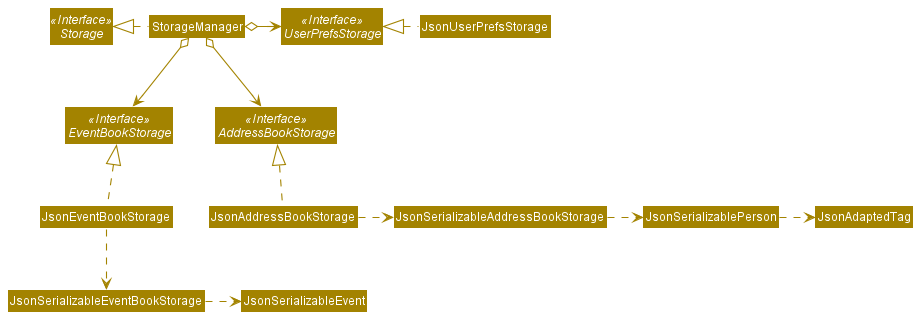
Earlier version of the PlantUML export docs/images/StorageClassDiagram.png (nus-cs2103-AY2021S2/tp). The source it was exported from:
```plantuml
@startuml
!include style.puml
skinparam arrowThickness 1.1
skinparam arrowColor STORAGE_COLOR
skinparam classBackgroundColor STORAGE_COLOR

Interface Storage <<Interface>>
Interface UserPrefsStorage <<Interface>>
Interface AddressBookStorage <<Interface>>
Interface EventBookStorage <<Interface>>

Class StorageManager
Class JsonUserPrefsStorage
Class JsonAddressBookStorage
Class JsonEventBookStorage

StorageManager .left.|> Storage
StorageManager o-right-> UserPrefsStorage
StorageManager o--> AddressBookStorage
StorageManager o--> EventBookStorage

JsonUserPrefsStorage .left.|> UserPrefsStorage
JsonAddressBookStorage .up.|> AddressBookStorage
JsonAddressBookStorage .right.> JsonSerializableAddressBookStorage
JsonSerializableAddressBookStorage .right.> JsonSerializablePerson
JsonSerializablePerson .right.> JsonAdaptedTag

JsonEventBookStorage .up.|> EventBookStorage
JsonEventBookStorage .down.> JsonSerializableEventBookStorage
JsonSerializableEventBookStorage .right.> JsonSerializableEvent
@enduml
```
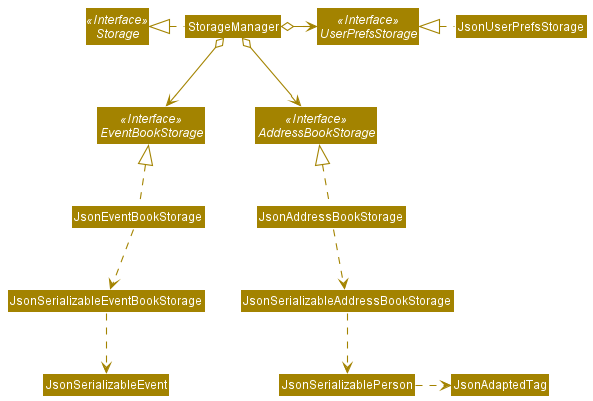
Later version of the same file.

Commit message:
Make StorageClassDiagram neater

The edit, as a diff of the source:
```diff
@@ -21,11 +21,11 @@
 
 JsonUserPrefsStorage .left.|> UserPrefsStorage
 JsonAddressBookStorage .up.|> AddressBookStorage
-JsonAddressBookStorage .right.> JsonSerializableAddressBookStorage
-JsonSerializableAddressBookStorage .right.> JsonSerializablePerson
+JsonAddressBookStorage .down.> JsonSerializableAddressBookStorage
+JsonSerializableAddressBookStorage .down.> JsonSerializablePerson
 JsonSerializablePerson .right.> JsonAdaptedTag
 
 JsonEventBookStorage .up.|> EventBookStorage
 JsonEventBookStorage .down.> JsonSerializableEventBookStorage
-JsonSerializableEventBookStorage .right.> JsonSerializableEvent
+JsonSerializableEventBookStorage .down.> JsonSerializableEvent
 @enduml
```
